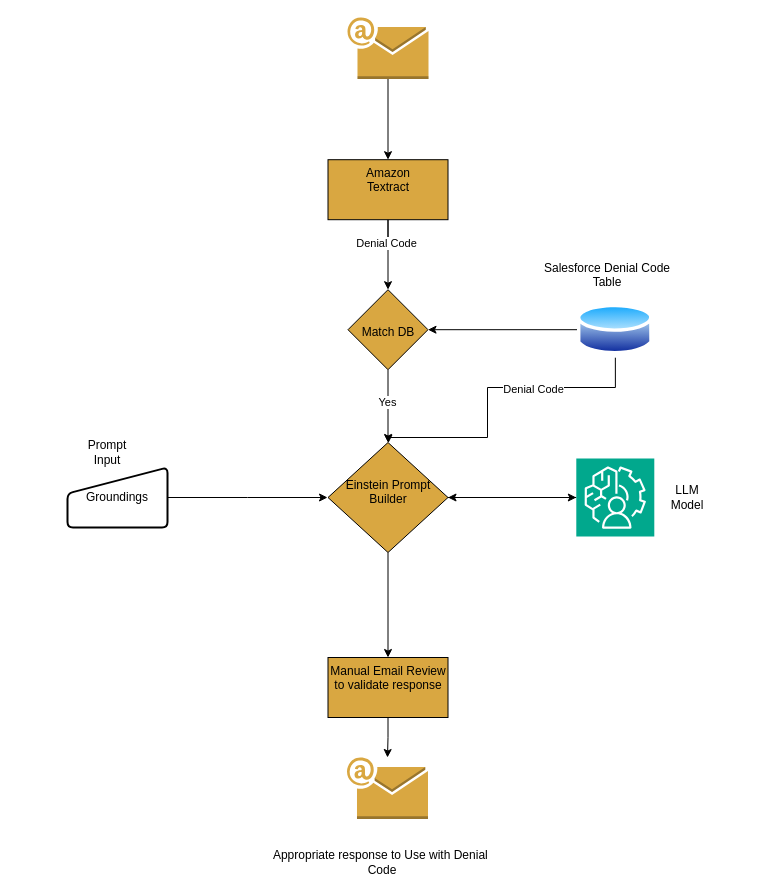
Earlier version of the draw.io diagram Untitled Diagram.drawio (hoikunal/hoikunal). Source tidied: cells renumbered, new cells numbered last; positions are measured from the earlier drawing's top-left corner, leaving out a move shared by most shapes. Both pictures are drawn from the tidied source at 100%, with x=0, y=0 at pixel (67, 17).
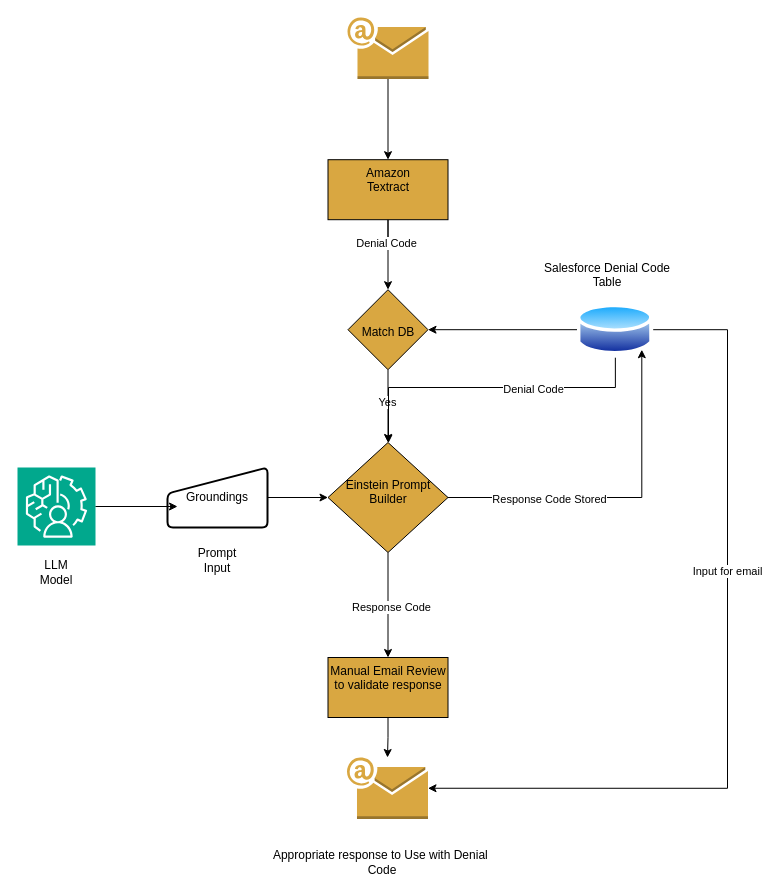
Above is the later version.

The change refers to these unchanged cells:
```xml
<mxCell id="14" style="image;perimeter=ellipsePerimeter;html=1;align=center;shadow=0;dashed=0;spacingTop=3;image=img/lib/active_directory/database.svg;" parent="1" vertex="1">
  <mxGeometry x="510" y="284.2" width="75.7" height="56" as="geometry" />
</mxCell>
<mxCell id="17" style="edgeStyle=orthogonalEdgeStyle;rounded=0;jettySize=auto;html=1;" parent="1" edge="1" source="18" target="26">
  <mxGeometry relative="1" as="geometry" />
</mxCell>
<mxCell id="18" value="&lt;div&gt;&lt;br&gt;&lt;/div&gt;&lt;div&gt;&lt;br&gt;&lt;/div&gt;&lt;div&gt;&lt;span style=&quot;background-color: initial;&quot;&gt;Einstein Prompt Builder&lt;/span&gt;&lt;br&gt;&lt;/div&gt;" style="rhombus;whiteSpace=wrap;html=1;verticalAlign=top;fillColor=#D9A741;dashed=0;gradientColor=none;" parent="1" vertex="1">
  <mxGeometry x="260.5" y="425" width="120" height="110" as="geometry" />
</mxCell>
<mxCell id="27" style="outlineConnect=0;dashed=0;verticalLabelPosition=bottom;verticalAlign=top;align=center;html=1;shape=mxgraph.aws3.email;fillColor=#D9A741;gradientColor=none;" parent="1" vertex="1">
  <mxGeometry x="279.5" y="740" width="81" height="61.5" as="geometry" />
</mxCell>
```

Change to the diagram source:
```diff
@@
     <mxCell id="12" style="edgeStyle=orthogonalEdgeStyle;rounded=0;jettySize=auto;html=1;" parent="1" edge="1" source="14" target="18">
       <mxGeometry relative="1" as="geometry">
         <Array as="points">
           <mxPoint x="548" y="370" />
-          <mxPoint x="420" y="370" />
-          <mxPoint x="420" y="420" />
-          <mxPoint x="321" y="420" />
+          <mxPoint x="321" y="370" />
         </Array>
       </mxGeometry>
     </mxCell>
@@
-    <mxCell id="16" style="edgeStyle=orthogonalEdgeStyle;rounded=0;jettySize=auto;html=1;" parent="1" edge="1" source="18" target="20">
-      <mxGeometry relative="1" as="geometry" />
-    </mxCell>
@@
+    <mxCell id="29" value="Response Code" style="edgeLabel;html=1;align=center;verticalAlign=middle;" parent="17" vertex="1">
+      <mxGeometry x="0.02" y="3" relative="1" as="geometry" />
+    </mxCell>
+    <mxCell id="30" style="edgeStyle=orthogonalEdgeStyle;rounded=0;jettySize=auto;html=1;entryX=1;entryY=1;entryDx=0;entryDy=0;" parent="1" edge="1" source="18" target="14">
+      <mxGeometry relative="1" as="geometry" />
+    </mxCell>
+    <mxCell id="31" value="Response Code Stored" style="edgeLabel;html=1;align=center;verticalAlign=middle;" parent="30" vertex="1">
+      <mxGeometry x="-0.41" y="-1" relative="1" as="geometry" />
+    </mxCell>
@@
-    <mxCell id="19" style="edgeStyle=orthogonalEdgeStyle;rounded=0;jettySize=auto;html=1;" parent="1" edge="1" source="20" target="18">
-      <mxGeometry relative="1" as="geometry" />
-    </mxCell>
     <mxCell id="20" style="sketch=0;points=[[0,0,0],[0.25,0,0],[0.5,0,0],[0.75,0,0],[1,0,0],[0,1,0],[0.25,1,0],[0.5,1,0],[0.75,1,0],[1,1,0],[0,0.25,0],[0,0.5,0],[0,0.75,0],[1,0.25,0],[1,0.5,0],[1,0.75,0]];outlineConnect=0;fontColor=#232F3E;fillColor=#01A88D;strokeColor=#ffffff;dashed=0;verticalLabelPosition=bottom;verticalAlign=top;align=center;html=1;fontSize=12;fontStyle=0;shape=mxgraph.aws4.resourceIcon;resIcon=mxgraph.aws4.augmented_ai;" parent="1" vertex="1">
-      <mxGeometry x="508.8" y="441" width="78" height="78" as="geometry" />
+      <mxGeometry x="-50" y="450" width="78" height="78" as="geometry" />
     </mxCell>
     <mxCell id="21" value="LLM Model" style="text;html=1;align=center;verticalAlign=middle;whiteSpace=wrap;rounded=0;" parent="1" vertex="1">
-      <mxGeometry x="590" y="465" width="60" height="30" as="geometry" />
+      <mxGeometry x="-41" y="540" width="60" height="30" as="geometry" />
     </mxCell>
-    <mxCell id="22" style="edgeStyle=orthogonalEdgeStyle;rounded=0;jettySize=auto;html=1;" parent="1" edge="1" source="23">
-      <mxGeometry relative="1" as="geometry">
-        <mxPoint x="260" y="480" as="targetPoint" />
-      </mxGeometry>
-    </mxCell>
+    <mxCell id="32" style="edgeStyle=orthogonalEdgeStyle;rounded=0;jettySize=auto;html=1;entryX=0;entryY=0.5;entryDx=0;entryDy=0;" parent="1" edge="1" source="23" target="18">
+      <mxGeometry relative="1" as="geometry" />
+    </mxCell>
     <mxCell id="23" value="Groundings" style="html=1;strokeWidth=2;shape=manualInput;whiteSpace=wrap;rounded=1;size=26;arcSize=11;" parent="1" vertex="1">
-      <mxGeometry y="450" width="100" height="60" as="geometry" />
+      <mxGeometry x="100" y="450" width="100" height="60" as="geometry" />
     </mxCell>
     <mxCell id="24" value="Prompt Input" style="text;html=1;align=center;verticalAlign=middle;whiteSpace=wrap;rounded=0;" parent="1" vertex="1">
-      <mxGeometry x="10" y="420" width="60" height="30" as="geometry" />
+      <mxGeometry x="120" y="528" width="60" height="30" as="geometry" />
     </mxCell>
@@
+    <mxCell id="33" style="edgeStyle=orthogonalEdgeStyle;rounded=0;jettySize=auto;html=1;entryX=1;entryY=0.5;entryDx=0;entryDy=0;entryPerimeter=0;" parent="1" edge="1" source="14" target="27">
+      <mxGeometry relative="1" as="geometry">
+        <Array as="points">
+          <mxPoint x="660" y="312" />
+          <mxPoint x="660" y="771" />
+        </Array>
+      </mxGeometry>
+    </mxCell>
+    <mxCell id="34" value="Input for email" style="edgeLabel;html=1;align=center;verticalAlign=middle;" parent="33" vertex="1">
+      <mxGeometry x="-0.24" y="-1" relative="1" as="geometry" />
+    </mxCell>
+    <mxCell id="35" style="edgeStyle=orthogonalEdgeStyle;rounded=0;jettySize=auto;html=1;entryX=0.1;entryY=0.65;entryDx=0;entryDy=0;entryPerimeter=0;" parent="1" edge="1" source="20" target="23">
+      <mxGeometry relative="1" as="geometry" />
+    </mxCell>
```
